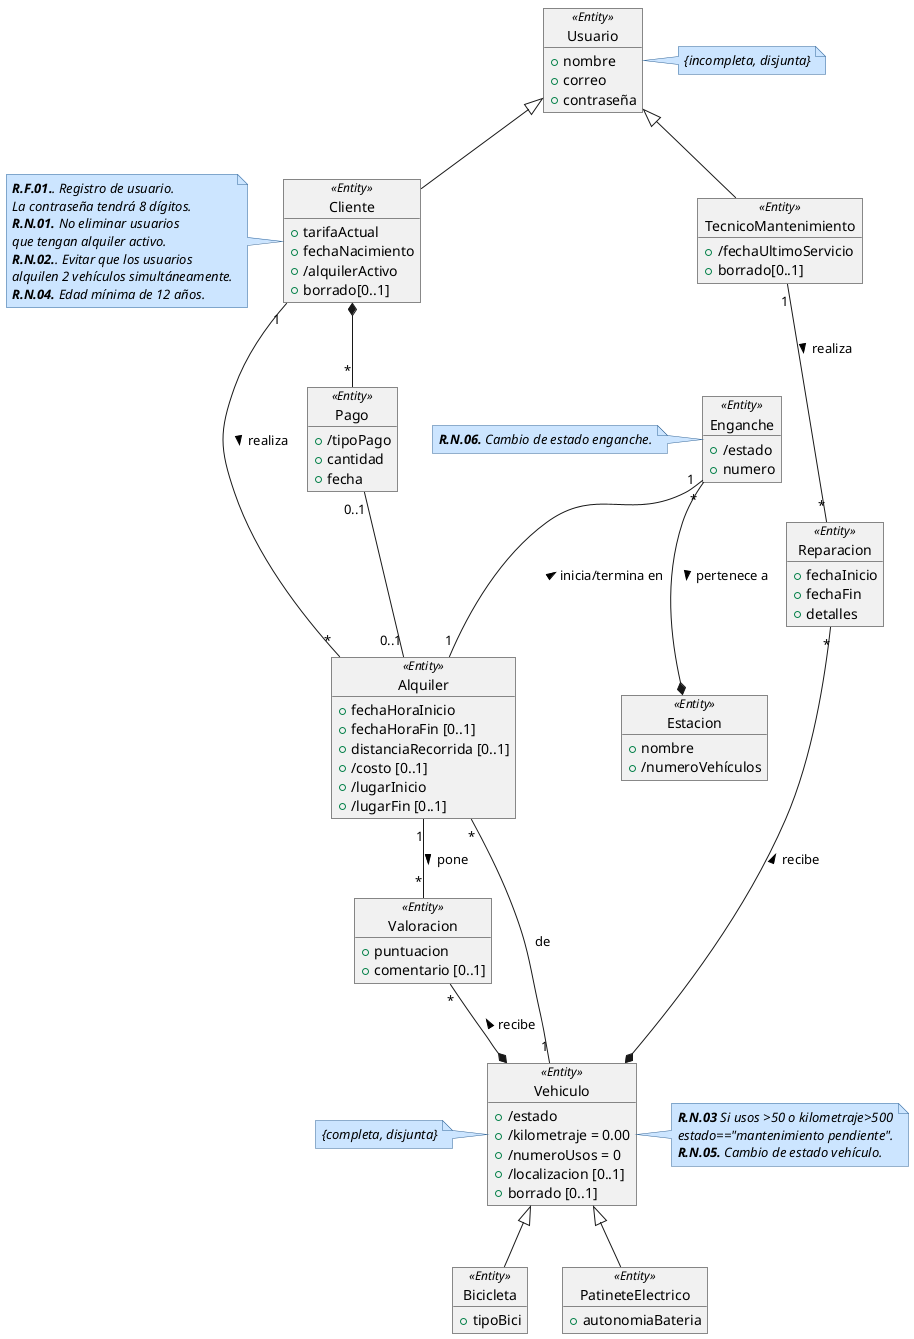
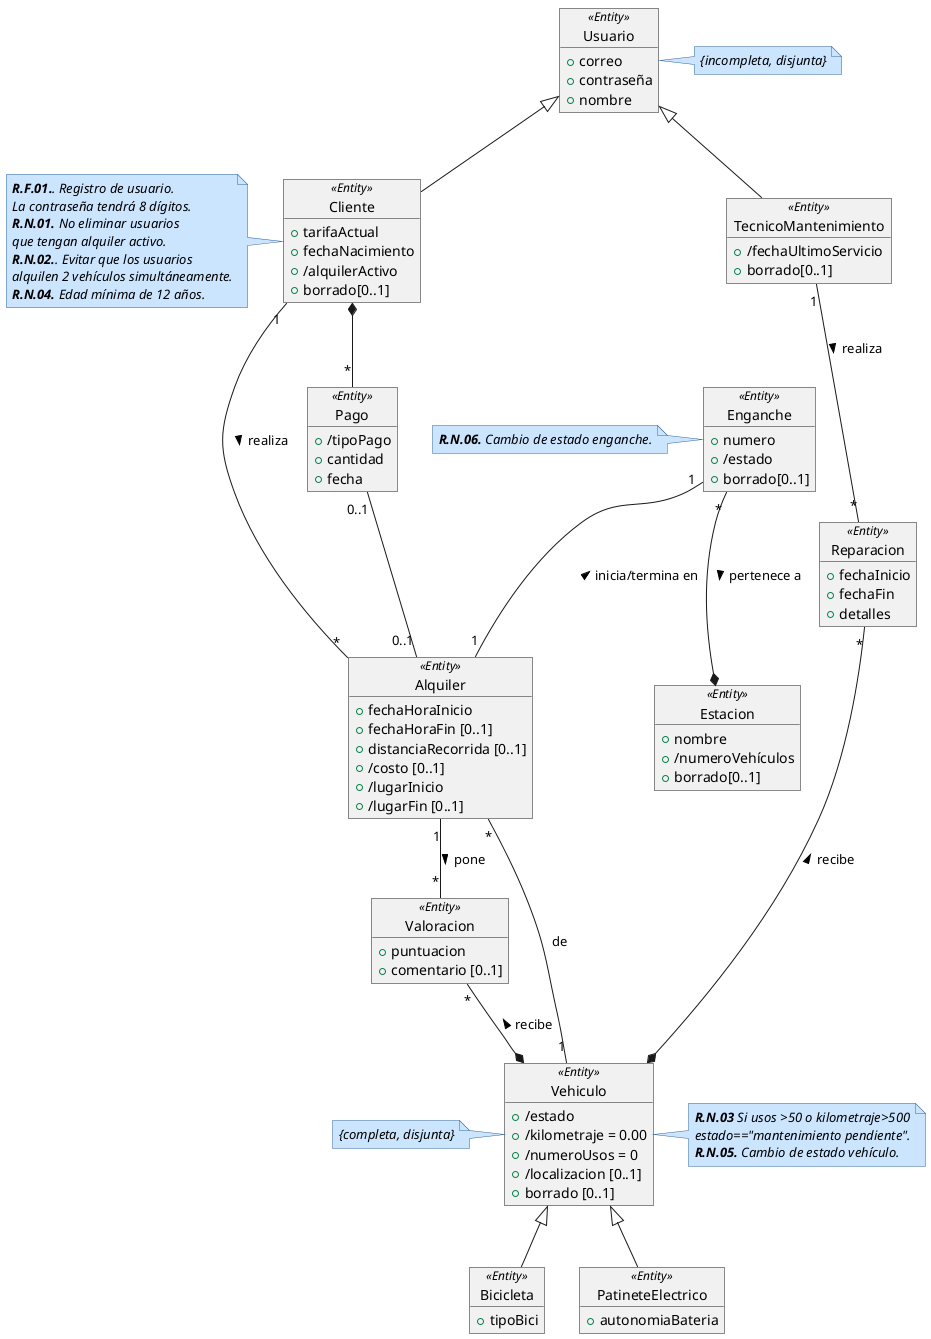
@startuml DiagramaClases

skinparam note {
  BackgroundColor #cce5ff
  BorderColor #336699
  FontStyle italic
}

object Usuario<<Entity>> {
-     +nombre
    +correo
    +contraseña
+     +nombre
}
note right: {incompleta, disjunta}


object Cliente<<Entity>> {
    +tarifaActual
    +fechaNacimiento
    +/alquilerActivo
    +borrado[0..1]
}
note left
'''
 **R.F.01.**. Registro de usuario.
 La contraseña tendrá 8 dígitos.
 **R.N.01.** No eliminar usuarios
 que tengan alquiler activo.
 **R.N.02.**. Evitar que los usuarios
 alquilen 2 vehículos simultáneamente.
 **R.N.04.** Edad mínima de 12 años.
'''
end note

object Pago<<Entity>> {
    +/tipoPago
    +cantidad
    +fecha
}
'Tipo pago puede ser o mensual o individual


object TecnicoMantenimiento<<Entity>> {
    +/fechaUltimoServicio
    +borrado[0..1]
}

object Reparacion<<Entity>> {
    +fechaInicio
    +fechaFin
    +detalles
}

object Valoracion<<Entity>> {
    +puntuacion
    +comentario [0..1]
}

/'
La distancia recorrida la cuenta el vehículo con un
medidor incorporado y solo se registra cuando termina el recorrido.
Por eso mismo no es derivada de lugar inicio o fin, porque si no si acabas
en el mismo sitio la distancia recorrida sería 0.
'/
object Alquiler<<Entity>> {
    +fechaHoraInicio
    +fechaHoraFin [0..1]
    +distanciaRecorrida [0..1]
    +/costo [0..1]
    +/lugarInicio
    +/lugarFin [0..1]
}

/'
La localización del vehículo se muestra cuando se guarda el vehículo.
No se guarda localización por GPS.
'/
object Vehiculo<<Entity>> {
    +/estado
    +/kilometraje = 0.00
    +/numeroUsos = 0
    +/localizacion [0..1]
    +borrado [0..1]
}
note right
'''
 **R.N.03** Si usos >50 o kilometraje>500
 estado=="mantenimiento pendiente".
 **R.N.05.** Cambio de estado vehículo.
'''
end note
note left of Vehiculo: {completa, disjunta}

object Estacion<<Entity>> {
    +nombre
    +/numeroVehículos
+     +borrado[0..1]
}

object Enganche<<Entity>> {
+     +numero
    +/estado
-     +numero
+     +borrado[0..1]
}
note left
'''
 **R.N.06.** Cambio de estado enganche.
'''
end note

object Bicicleta<<Entity>> {
    +tipoBici
}

object PatineteElectrico<<Entity>> {
    +autonomiaBateria
}

Usuario <|-- Cliente
Usuario <|-- TecnicoMantenimiento

Enganche "*"--* Estacion : pertenece a >

'Relación directa valoraciones'
Alquiler "1"--"*" Valoracion : pone >
Valoracion "*"--* Vehiculo : recibe <

TecnicoMantenimiento "1"--"*" Reparacion : realiza >
Reparacion "*"--* Vehiculo : recibe <

Enganche "1" --"1" Alquiler: inicia/termina en <


'Relacion de Alquileres'
Cliente "1"--"*"  Alquiler: realiza >

Alquiler "*"--"1" Vehiculo: de

'Relacion Pago'
Cliente *--"*" Pago
Pago "0..1"--"0..1" Alquiler

Vehiculo <|-- Bicicleta
Vehiculo <|-- PatineteElectrico


@enduml